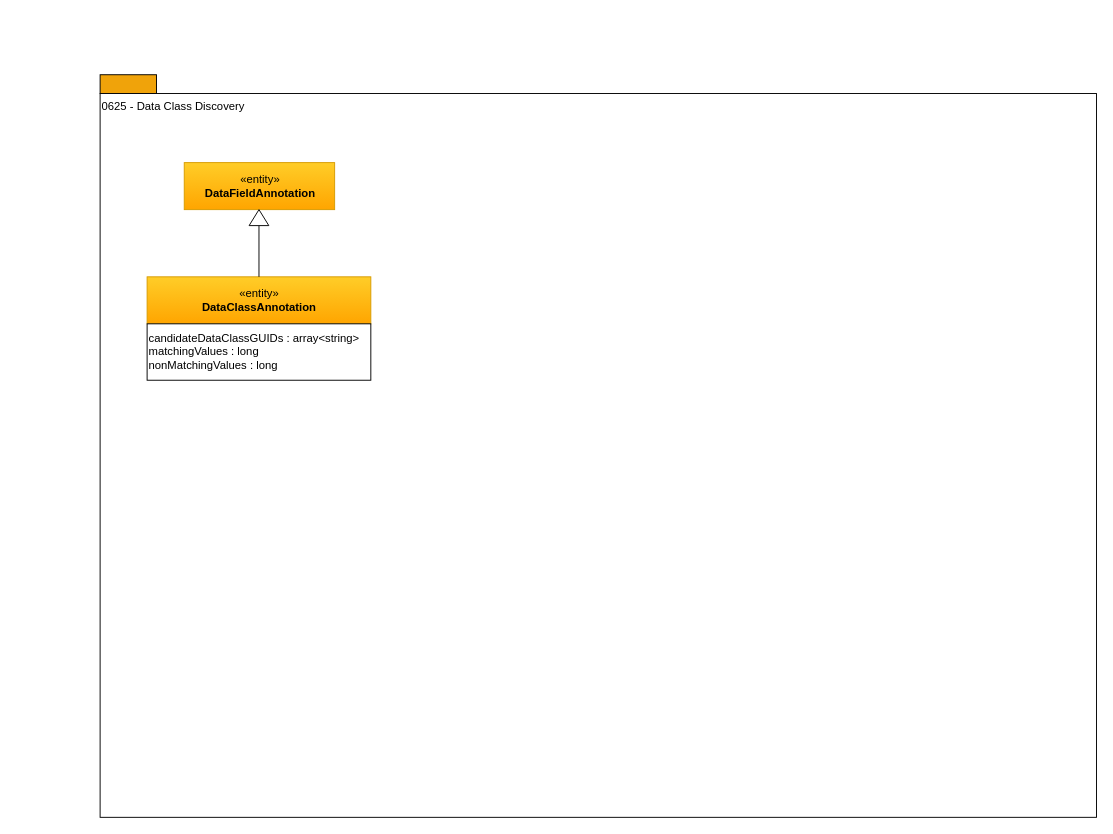
Before: page "0625-Data-Class-Discovery" (7 of 13) of site/docs/types/6/area-6-discovery.drawio in odpi/egeria-docs, a draw.io diagram. Source tidied: cells renumbered, new cells numbered last; positions are measured from the earlier drawing's top-left corner, leaving out a move shared by most shapes. Both pictures are drawn from the tidied source at 94%, with x=0, y=0 at pixel (100, 74).
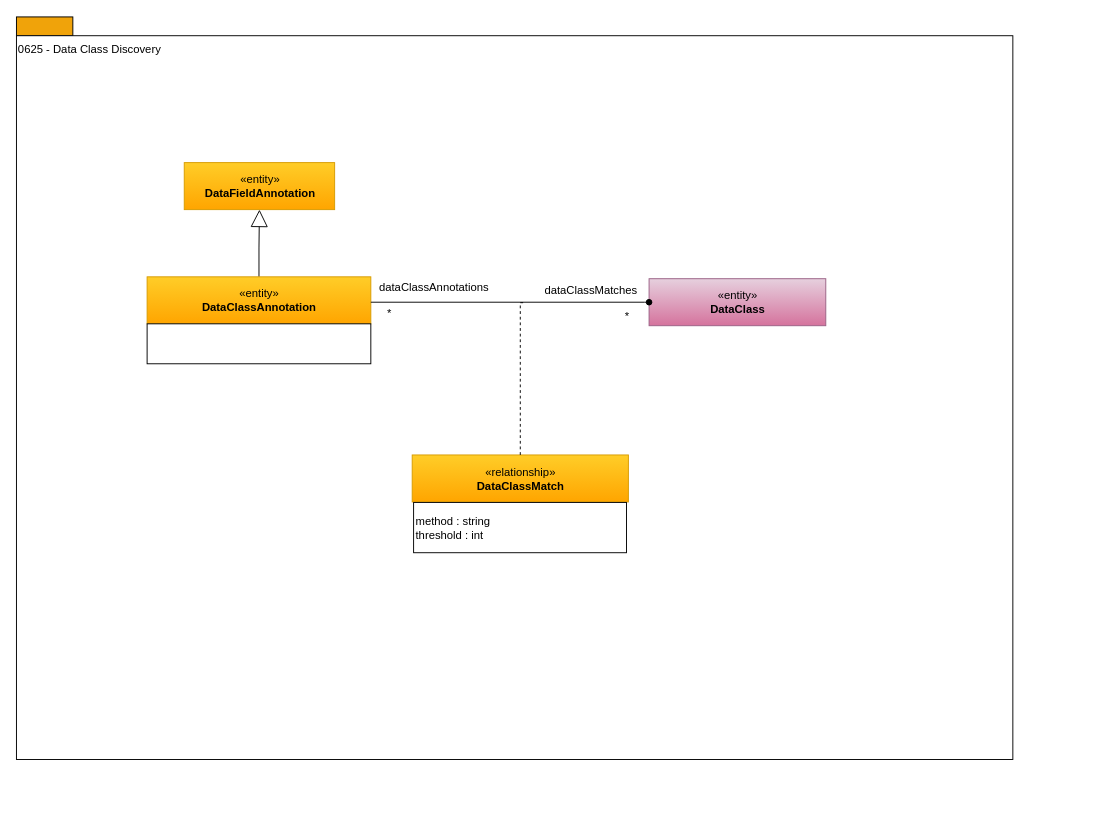
The same page after the edit.

The change refers to these unchanged cells:
```xml
<mxCell id="4" value="«entity»&lt;br&gt;&lt;b&gt;DataClassAnnotation&lt;/b&gt;" style="html=1;strokeColor=#d79b00;align=center;fillColor=#ffcd28;gradientColor=#ffa500;" parent="1" vertex="1">
  <mxGeometry x="50" y="215" width="238" height="50" as="geometry" />
</mxCell>
<mxCell id="7" value="«entity»&lt;br&gt;&lt;b&gt;DataFieldAnnotation&lt;/b&gt;" style="html=1;strokeColor=#d79b00;align=center;fillColor=#ffcd28;gradientColor=#ffa500;" parent="1" vertex="1">
  <mxGeometry x="89.5" y="93.5" width="160" height="50" as="geometry" />
</mxCell>
```

What changed in the source:
```diff
@@
     <mxCell id="2" style="rounded=0;whiteSpace=wrap;html=1;align=left;fillColor=#f0a30a;strokeColor=#000000;fontColor=#ffffff;" parent="1" vertex="1">
-      <mxGeometry width="60" height="20" as="geometry" />
+      <mxGeometry x="-89" y="-61.5" width="60" height="20" as="geometry" />
     </mxCell>
     <mxCell id="3" value="0625 - Data Class Discovery" style="rounded=0;whiteSpace=wrap;html=1;align=left;verticalAlign=top;" parent="1" vertex="1">
-      <mxGeometry y="20" width="1060" height="770" as="geometry" />
+      <mxGeometry x="-89" y="-41.5" width="1060" height="770" as="geometry" />
     </mxCell>
+    <mxCell id="9" style="edgeStyle=orthogonalEdgeStyle;rounded=0;jettySize=auto;html=1;exitX=0.5;exitY=0;exitDx=0;exitDy=0;endArrow=block;endFill=0;endSize=16;" parent="1" edge="1" source="4" target="7">
+      <mxGeometry relative="1" as="geometry" />
+    </mxCell>
@@
-    <mxCell id="5" value="candidateDataClassGUIDs : array&amp;lt;string&amp;gt;&lt;br&gt;matchingValues : long&lt;br&gt;nonMatchingValues : long&lt;br&gt;" style="rounded=0;whiteSpace=wrap;html=1;strokeColor=#000000;gradientColor=#ffffff;align=left;" parent="1" vertex="1">
-      <mxGeometry x="50" y="265" width="238" height="60" as="geometry" />
+    <mxCell id="5" style="rounded=0;whiteSpace=wrap;html=1;strokeColor=#000000;gradientColor=#ffffff;align=left;" parent="1" vertex="1">
+      <mxGeometry x="50" y="265" width="238" height="42.5" as="geometry" />
     </mxCell>
-    <mxCell id="6" style="edgeStyle=orthogonalEdgeStyle;rounded=0;html=1;endArrow=none;endFill=0;jettySize=auto;exitX=0;exitY=0.5;" parent="1" edge="1" source="8" target="4">
-      <mxGeometry relative="1" as="geometry" />
-    </mxCell>
@@
-    <mxCell id="8" style="triangle;whiteSpace=wrap;html=1;strokeColor=#000000;gradientColor=#ffffff;align=center;rotation=-90;" parent="1" vertex="1">
-      <mxGeometry x="160.5" y="141.5" width="17" height="21" as="geometry" />
-    </mxCell>
+    <mxCell id="10" value="«entity»&lt;br&gt;&lt;b&gt;DataClass&lt;/b&gt;" style="html=1;strokeColor=#996185;align=center;fillColor=#e6d0de;gradientColor=#d5739d;" parent="1" vertex="1">
+      <mxGeometry x="584" y="217" width="188" height="50" as="geometry" />
+    </mxCell>
+    <mxCell id="11" value="*" style="text;html=1;strokeColor=none;fillColor=none;align=center;verticalAlign=middle;whiteSpace=wrap;rounded=0;" parent="1" vertex="1">
+      <mxGeometry x="288" y="243.5" width="40" height="20" as="geometry" />
+    </mxCell>
+    <mxCell id="12" value="*" style="text;html=1;strokeColor=none;fillColor=none;align=center;verticalAlign=middle;whiteSpace=wrap;rounded=0;" parent="1" vertex="1">
+      <mxGeometry x="541" y="247" width="40" height="20" as="geometry" />
+    </mxCell>
+    <mxCell id="13" value="dataClassAnnotations" style="text;html=1;strokeColor=none;fillColor=none;align=center;verticalAlign=middle;whiteSpace=wrap;rounded=0;" parent="1" vertex="1">
+      <mxGeometry x="288.5" y="217" width="132.5" height="20" as="geometry" />
+    </mxCell>
+    <mxCell id="14" value="dataClassMatches" style="text;html=1;strokeColor=none;fillColor=none;align=center;verticalAlign=middle;whiteSpace=wrap;rounded=0;" parent="1" vertex="1">
+      <mxGeometry x="461" y="219.5" width="123" height="20" as="geometry" />
+    </mxCell>
+    <mxCell id="15" value="«relationship»&lt;br&gt;&lt;b&gt;DataClassMatch&lt;/b&gt;" style="html=1;strokeColor=#d79b00;align=center;fillColor=#ffcd28;gradientColor=#ffa500;" parent="1" vertex="1">
+      <mxGeometry x="332" y="404.5" width="230" height="50" as="geometry" />
+    </mxCell>
+    <mxCell id="16" value="&lt;span&gt;method : string&lt;/span&gt;&lt;br&gt;&lt;span&gt;threshold : int&lt;/span&gt;" style="rounded=0;whiteSpace=wrap;html=1;strokeColor=#000000;gradientColor=#ffffff;align=left;" parent="1" vertex="1">
+      <mxGeometry x="333.5" y="455" width="226.5" height="53.5" as="geometry" />
+    </mxCell>
+    <mxCell id="17" style="endArrow=none;dashed=1;html=1;exitX=0.5;exitY=0;exitDx=0;exitDy=0;rounded=0;edgeStyle=orthogonalEdgeStyle;" parent="1" edge="1" source="15">
+      <mxGeometry relative="1" as="geometry">
+        <mxPoint x="450" y="242.5" as="targetPoint" />
+        <Array as="points">
+          <mxPoint x="447" y="242.5" />
+        </Array>
+      </mxGeometry>
+    </mxCell>
+    <mxCell id="18" style="edgeStyle=orthogonalEdgeStyle;rounded=0;jettySize=auto;html=1;entryX=0;entryY=0.5;entryDx=0;entryDy=0;endArrow=oval;endFill=1;" parent="1" edge="1" target="10">
+      <mxGeometry relative="1" as="geometry">
+        <mxPoint x="288" y="242" as="sourcePoint" />
+        <Array as="points">
+          <mxPoint x="579" y="242.5" />
+        </Array>
+      </mxGeometry>
+    </mxCell>
```
